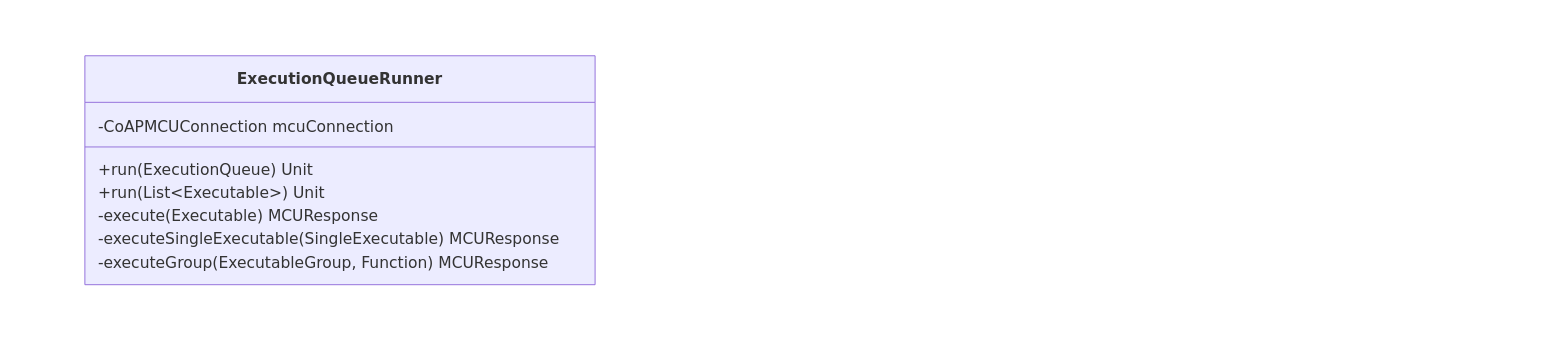
Before: Graphics/ExecutionQueueRunner-UML.drawio in madebyams/bachelorthesis, a draw.io diagram. Source tidied: cells renumbered, new cells numbered last; positions are measured from the earlier drawing's top-left corner, leaving out a move shared by most shapes. Both pictures are drawn from the tidied source at 97%, with x=0, y=0 at pixel (16, 16).
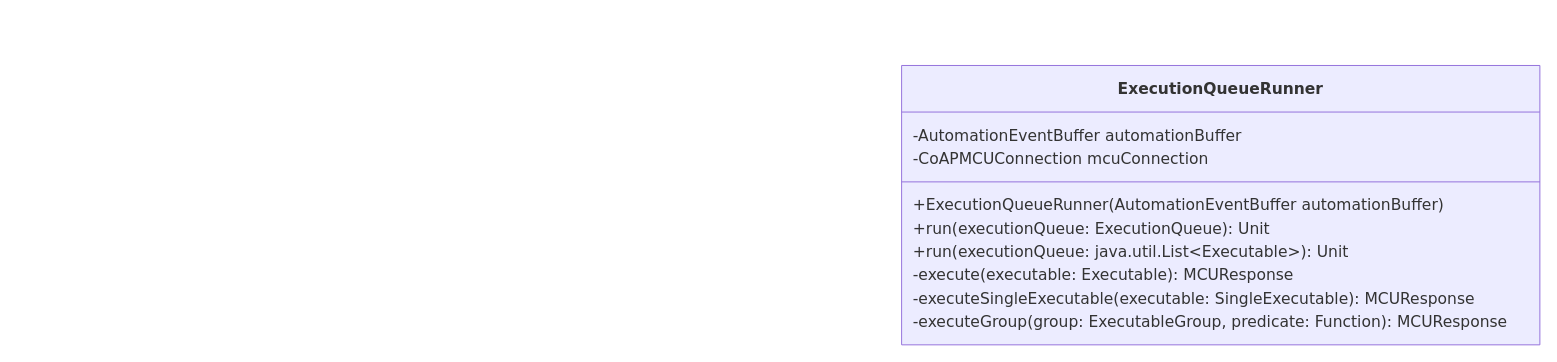
After the change.

The edit, as a diff of the source:
```diff
@@
 <mxGraphModel>
   <root>
     <mxCell id="0" />
     <mxCell id="1" parent="0" />
     <mxCell id="2" style="group;transparentBounds=1;editIcon=1;lockedGroup=0;groupPadding=10;" parent="1" vertex="1">
       <mxGeometry as="geometry" />
     </mxCell>
-    <mxCell id="3" value="&lt;b&gt;ExecutionQueueRunner&lt;/b&gt;" style="swimlane;html=1;fontStyle=0;fontSize=16;align=center;verticalAlign=middle;horizontal=1;startSize=48;swimlaneFillColor=light-dark(#ECECFF,#1f2020);whiteSpace=wrap;fillColor=light-dark(#ECECFF,#1f2020);strokeColor=light-dark(#9370DB,#cccccc);fontColor=light-dark(#333333,#cccccc);fontFamily=Trebuchet MS,Verdana,Arial,sans-serif;" parent="2" vertex="1">
-      <mxGeometry x="70" y="40" width="526" height="236" as="geometry" />
+    <mxCell id="3" value="&lt;b&gt;ExecutionQueueRunner&lt;/b&gt;" style="swimlane;html=1;fontStyle=1;fontSize=16;align=center;verticalAlign=middle;horizontal=1;startSize=48;swimlaneFillColor=light-dark(#ECECFF,#1f2020);whiteSpace=wrap;fillColor=light-dark(#ECECFF,#1f2020);strokeColor=light-dark(#9370DB,#cccccc);fontColor=light-dark(#333333,#cccccc);fontFamily=Trebuchet MS,Verdana,Arial,sans-serif;" parent="2" vertex="1">
+      <mxGeometry x="912" y="50" width="658" height="288" as="geometry" />
     </mxCell>
+    <mxCell id="11" value="-AutomationEventBuffer automationBuffer" style="text;fontSize=16;strokeColor=none;fillColor=none;align=left;verticalAlign=middle;spacingLeft=10;spacingRight=12;spacingBottom=2;overflow=hidden;fontFamily=Trebuchet MS,Verdana,Arial,sans-serif;fontColor=light-dark(#333333,#cccccc);" parent="3" vertex="1">
+      <mxGeometry y="60" width="658" height="24" as="geometry" />
+    </mxCell>
-    <mxCell id="4" value="-CoAPMCUConnection mcuConnection" style="text;fontSize=16;strokeColor=none;fillColor=none;align=left;verticalAlign=middle;spacingLeft=12;spacingRight=12;overflow=hidden;fontFamily=Trebuchet MS,Verdana,Arial,sans-serif;fontColor=light-dark(#333333,#cccccc);" parent="3" vertex="1">
-      <mxGeometry y="60" width="526" height="24" as="geometry" />
+    <mxCell id="4" value="-CoAPMCUConnection mcuConnection" style="text;fontSize=16;strokeColor=none;fillColor=none;align=left;verticalAlign=middle;spacingLeft=10;spacingRight=12;spacingBottom=2;overflow=hidden;fontFamily=Trebuchet MS,Verdana,Arial,sans-serif;fontColor=light-dark(#333333,#cccccc);" parent="3" vertex="1">
+      <mxGeometry y="84" width="658" height="24" as="geometry" />
     </mxCell>
-    <mxCell id="5" style="line;strokeWidth=1;fillColor=none;spacingLeft=3;spacingRight=3;strokeColor=inherit;" parent="3" vertex="1">
-      <mxGeometry y="84" width="526" height="20" as="geometry" />
-    </mxCell>
-    <mxCell id="6" value="+run(ExecutionQueue) Unit" style="text;fontSize=16;strokeColor=none;fillColor=none;align=left;verticalAlign=middle;spacingLeft=12;spacingRight=12;overflow=hidden;fontFamily=Trebuchet MS,Verdana,Arial,sans-serif;fontColor=light-dark(#333333,#cccccc);" parent="3" vertex="1">
-      <mxGeometry y="104" width="526" height="24" as="geometry" />
-    </mxCell>
-    <mxCell id="7" value="+run(List&lt;Executable&gt;) Unit" style="text;fontSize=16;strokeColor=none;fillColor=none;align=left;verticalAlign=middle;spacingLeft=12;spacingRight=12;overflow=hidden;fontFamily=Trebuchet MS,Verdana,Arial,sans-serif;fontColor=light-dark(#333333,#cccccc);" parent="3" vertex="1">
-      <mxGeometry y="128" width="526" height="24" as="geometry" />
-    </mxCell>
-    <mxCell id="8" value="-execute(Executable) MCUResponse" style="text;fontSize=16;strokeColor=none;fillColor=none;align=left;verticalAlign=middle;spacingLeft=12;spacingRight=12;overflow=hidden;fontFamily=Trebuchet MS,Verdana,Arial,sans-serif;fontColor=light-dark(#333333,#cccccc);" parent="3" vertex="1">
-      <mxGeometry y="152" width="526" height="24" as="geometry" />
-    </mxCell>
-    <mxCell id="9" value="-executeSingleExecutable(SingleExecutable) MCUResponse" style="text;fontSize=16;strokeColor=none;fillColor=none;align=left;verticalAlign=middle;spacingLeft=12;spacingRight=12;overflow=hidden;fontFamily=Trebuchet MS,Verdana,Arial,sans-serif;fontColor=light-dark(#333333,#cccccc);" parent="3" vertex="1">
-      <mxGeometry y="176" width="526" height="24" as="geometry" />
-    </mxCell>
-    <mxCell id="10" value="-executeGroup(ExecutableGroup, Function) MCUResponse" style="text;fontSize=16;strokeColor=none;fillColor=none;align=left;verticalAlign=middle;spacingLeft=12;spacingRight=12;overflow=hidden;fontFamily=Trebuchet MS,Verdana,Arial,sans-serif;fontColor=light-dark(#333333,#cccccc);" parent="3" vertex="1">
-      <mxGeometry y="200" width="526" height="24" as="geometry" />
-    </mxCell>
+    <mxCell id="12" style="line;strokeWidth=1;fillColor=none;spacingLeft=3;spacingRight=3;strokeColor=inherit;" parent="3" vertex="1">
+      <mxGeometry y="108" width="658" height="24" as="geometry" />
+    </mxCell>
+    <mxCell id="13" value="+ExecutionQueueRunner(AutomationEventBuffer automationBuffer)" style="text;fontSize=16;strokeColor=none;fillColor=none;align=left;verticalAlign=middle;spacingLeft=10;spacingRight=12;spacingBottom=2;overflow=hidden;fontFamily=Trebuchet MS,Verdana,Arial,sans-serif;fontColor=light-dark(#333333,#cccccc);" parent="3" vertex="1">
+      <mxGeometry y="132" width="658" height="24" as="geometry" />
+    </mxCell>
+    <mxCell id="14" value="+run(executionQueue: ExecutionQueue): Unit" style="text;fontSize=16;strokeColor=none;fillColor=none;align=left;verticalAlign=middle;spacingLeft=10;spacingRight=12;spacingBottom=2;overflow=hidden;fontFamily=Trebuchet MS,Verdana,Arial,sans-serif;fontColor=light-dark(#333333,#cccccc);" parent="3" vertex="1">
+      <mxGeometry y="156" width="658" height="24" as="geometry" />
+    </mxCell>
+    <mxCell id="15" value="+run(executionQueue: java.util.List&lt;Executable&gt;): Unit" style="text;fontSize=16;strokeColor=none;fillColor=none;align=left;verticalAlign=middle;spacingLeft=10;spacingRight=12;spacingBottom=2;overflow=hidden;fontFamily=Trebuchet MS,Verdana,Arial,sans-serif;fontColor=light-dark(#333333,#cccccc);" parent="3" vertex="1">
+      <mxGeometry y="180" width="658" height="24" as="geometry" />
+    </mxCell>
+    <mxCell id="16" value="-execute(executable: Executable): MCUResponse" style="text;fontSize=16;strokeColor=none;fillColor=none;align=left;verticalAlign=middle;spacingLeft=10;spacingRight=12;spacingBottom=2;overflow=hidden;fontFamily=Trebuchet MS,Verdana,Arial,sans-serif;fontColor=light-dark(#333333,#cccccc);" parent="3" vertex="1">
+      <mxGeometry y="204" width="658" height="24" as="geometry" />
+    </mxCell>
+    <mxCell id="17" value="-executeSingleExecutable(executable: SingleExecutable): MCUResponse" style="text;fontSize=16;strokeColor=none;fillColor=none;align=left;verticalAlign=middle;spacingLeft=10;spacingRight=12;spacingBottom=2;overflow=hidden;fontFamily=Trebuchet MS,Verdana,Arial,sans-serif;fontColor=light-dark(#333333,#cccccc);" parent="3" vertex="1">
+      <mxGeometry y="228" width="658" height="24" as="geometry" />
+    </mxCell>
+    <mxCell id="18" value="-executeGroup(group: ExecutableGroup, predicate: Function): MCUResponse" style="text;fontSize=16;strokeColor=none;fillColor=none;align=left;verticalAlign=middle;spacingLeft=10;spacingRight=12;spacingBottom=2;overflow=hidden;fontFamily=Trebuchet MS,Verdana,Arial,sans-serif;fontColor=light-dark(#333333,#cccccc);" parent="3" vertex="1">
+      <mxGeometry y="252" width="658" height="24" as="geometry" />
+    </mxCell>
   </root>
 </mxGraphModel>
```
